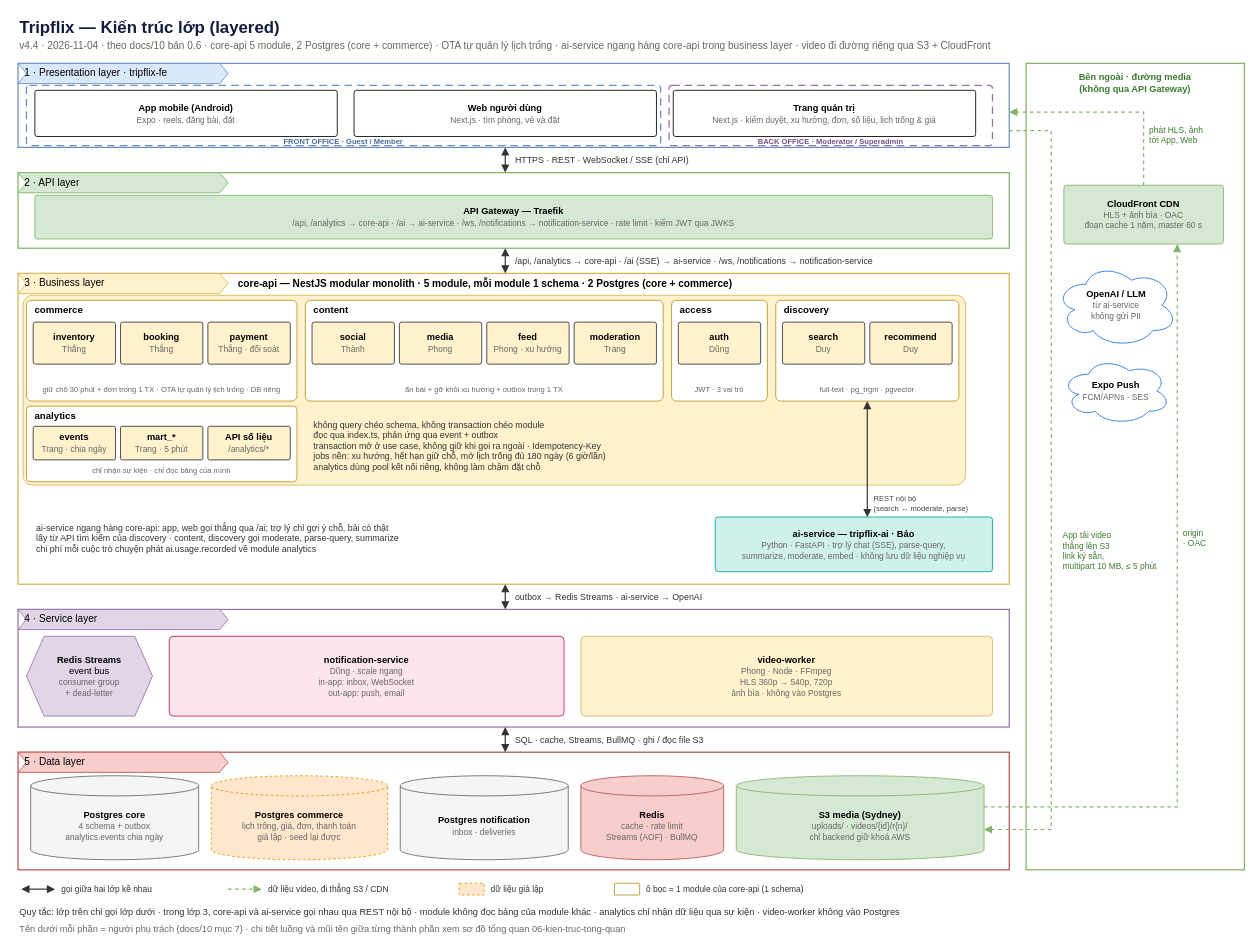
Earlier version of the draw.io diagram docs/architecture/06-kien-truc-lop.drawio (Sukemcute/tripflix-ai). Source tidied: cells renumbered, new cells numbered last; positions are measured from the earlier drawing's top-left corner, leaving out a move shared by most shapes. Both pictures are drawn from the tidied source at 84%, with x=0, y=0 at pixel (18, 14).
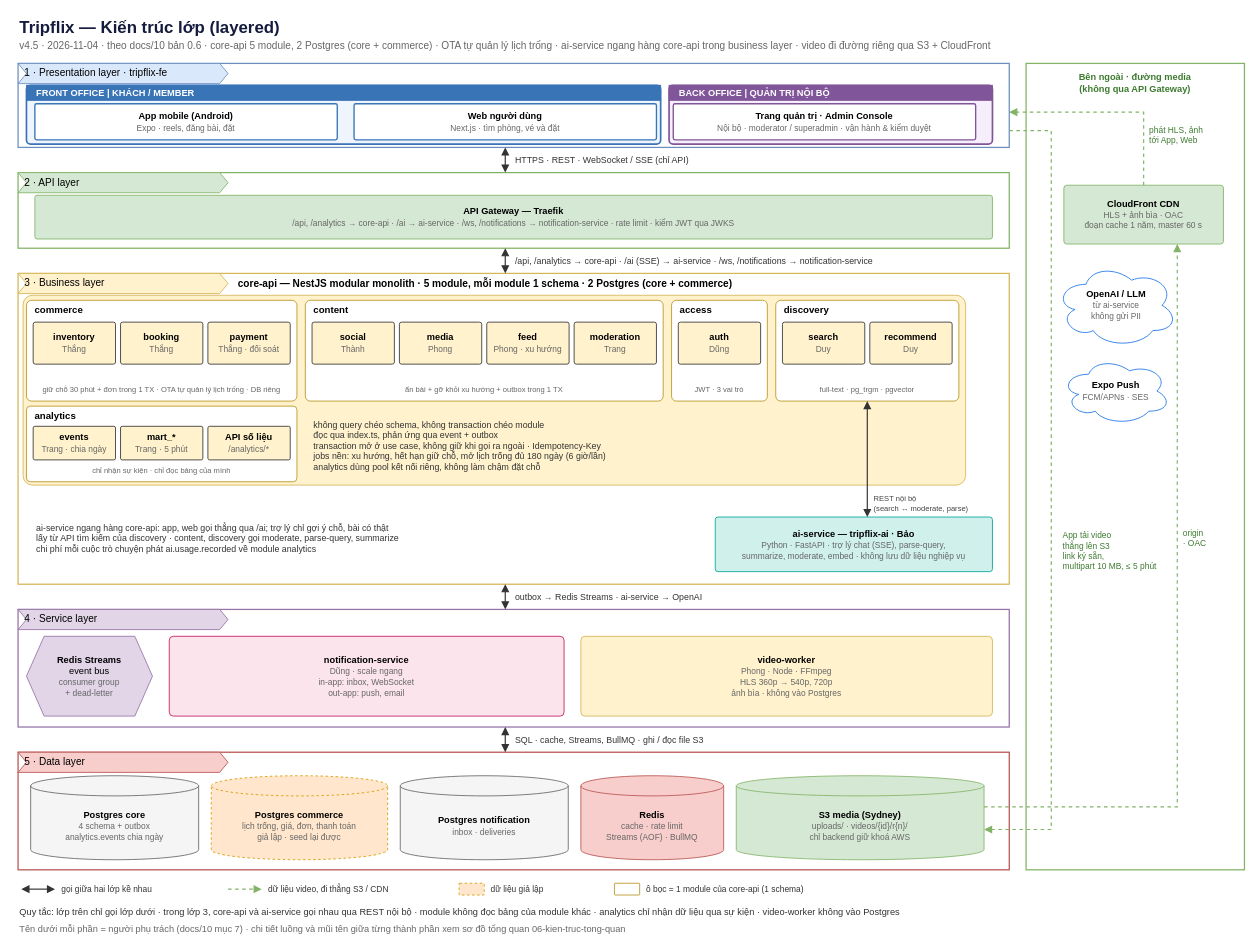
The same diagram, later.

Commit message (it also covers changes not shown here):
docs(repo): làm rõ Front Office và Back Office (TF57)

The edit, as a diff of the source:
```diff
@@
-    <mxCell id="3" value="v4.4 · 2026-11-04 · theo docs/10 bản 0.6 · core-api 5 module, 2 Postgres (core + commerce) · OTA tự quản lý lịch trống · ai-service ngang hàng core-api trong business layer · video đi đường riêng qua S3 + CloudFront" style="text;align=left;verticalAlign=middle;fontSize=12;fontColor=#666666;whiteSpace=wrap;html=1;fontFamily=Helvetica;" parent="1" vertex="1">
+    <mxCell id="3" value="v4.5 · 2026-11-04 · theo docs/10 bản 0.6 · core-api 5 module, 2 Postgres (core + commerce) · OTA tự quản lý lịch trống · ai-service ngang hàng core-api trong business layer · video đi đường riêng qua S3 + CloudFront" style="text;align=left;verticalAlign=middle;fontSize=12;fontColor=#666666;whiteSpace=wrap;html=1;fontFamily=Helvetica;" parent="1" vertex="1">
       <mxGeometry y="28" width="1460" height="18" as="geometry" />
     </mxCell>
@@
-    <mxCell id="6" style="rounded=1;arcSize=5;fillColor=none;strokeColor=#6c8ebf;strokeWidth=1.5;dashed=1;dashPattern=6 4;whiteSpace=wrap;html=1;" parent="1" vertex="1">
-      <mxGeometry x="10" y="84" width="755" height="72" as="geometry" />
-    </mxCell>
-    <mxCell id="7" value="&lt;b&gt;FRONT OFFICE&lt;/b&gt; · Guest / Member" style="text;align=center;verticalAlign=middle;fontSize=9;fontStyle=1;fontColor=#476c9c;whiteSpace=wrap;html=1;fontFamily=Helvetica;" parent="1" vertex="1">
-      <mxGeometry x="20" y="146" width="735" height="10" as="geometry" />
-    </mxCell>
+    <mxCell id="94" style="rounded=1;arcSize=7;fillColor=#eef5ff;strokeColor=#3974b7;strokeWidth=2;whiteSpace=wrap;html=1;" parent="1" vertex="1">
+      <mxGeometry x="10" y="84" width="755" height="70" as="geometry" />
+    </mxCell>
+    <mxCell id="95" style="rounded=1;arcSize=7;fillColor=#f6eefa;strokeColor=#815599;strokeWidth=2;whiteSpace=wrap;html=1;" parent="1" vertex="1">
+      <mxGeometry x="775" y="84" width="385" height="70" as="geometry" />
+    </mxCell>
+    <mxCell id="96" value="&lt;b&gt;FRONT OFFICE&lt;/b&gt;  |  KHÁCH / MEMBER" style="rounded=0;fillColor=#3974b7;strokeColor=#3974b7;strokeWidth=1;fontColor=#ffffff;fontSize=11;fontStyle=1;align=left;spacingLeft=10;verticalAlign=middle;whiteSpace=wrap;html=1;fontFamily=Helvetica;" parent="1" vertex="1">
+      <mxGeometry x="10" y="84" width="755" height="18" as="geometry" />
+    </mxCell>
+    <mxCell id="97" value="&lt;b&gt;BACK OFFICE&lt;/b&gt;  |  QUẢN TRỊ NỘI BỘ" style="rounded=0;fillColor=#815599;strokeColor=#815599;strokeWidth=1;fontColor=#ffffff;fontSize=11;fontStyle=1;align=left;spacingLeft=10;verticalAlign=middle;whiteSpace=wrap;html=1;fontFamily=Helvetica;" parent="1" vertex="1">
+      <mxGeometry x="775" y="84" width="385" height="18" as="geometry" />
+    </mxCell>
-    <mxCell id="8" value="&lt;b&gt;App mobile (Android)&lt;/b&gt;&lt;br&gt;&lt;font style=&quot;font-size:10px&quot; color=&quot;#666666&quot;&gt;Expo · reels, đăng bài, đặt&lt;/font&gt;" style="rounded=1;arcSize=5;fillColor=#ffffff;strokeColor=#000000;fontSize=11;whiteSpace=wrap;html=1;fontFamily=Helvetica;" parent="1" vertex="1">
-      <mxGeometry x="20" y="90" width="360" height="55" as="geometry" />
+    <mxCell id="8" value="&lt;b&gt;App mobile (Android)&lt;/b&gt;&lt;br&gt;&lt;font style=&quot;font-size:10px&quot; color=&quot;#666666&quot;&gt;Expo · reels, đăng bài, đặt&lt;/font&gt;" style="rounded=1;arcSize=5;fillColor=#ffffff;strokeColor=#3974b7;strokeWidth=1.6;fontSize=11;whiteSpace=wrap;html=1;fontFamily=Helvetica;" parent="1" vertex="1">
+      <mxGeometry x="20" y="106" width="360" height="43" as="geometry" />
     </mxCell>
-    <mxCell id="9" value="&lt;b&gt;Web người dùng&lt;/b&gt;&lt;br&gt;&lt;font style=&quot;font-size:10px&quot; color=&quot;#666666&quot;&gt;Next.js · tìm phòng, vé và đặt&lt;/font&gt;" style="rounded=1;arcSize=5;fillColor=#ffffff;strokeColor=#000000;fontSize=11;whiteSpace=wrap;html=1;fontFamily=Helvetica;" parent="1" vertex="1">
-      <mxGeometry x="400" y="90" width="360" height="55" as="geometry" />
+    <mxCell id="9" value="&lt;b&gt;Web người dùng&lt;/b&gt;&lt;br&gt;&lt;font style=&quot;font-size:10px&quot; color=&quot;#666666&quot;&gt;Next.js · tìm phòng, vé và đặt&lt;/font&gt;" style="rounded=1;arcSize=5;fillColor=#ffffff;strokeColor=#3974b7;strokeWidth=1.6;fontSize=11;whiteSpace=wrap;html=1;fontFamily=Helvetica;" parent="1" vertex="1">
+      <mxGeometry x="400" y="106" width="360" height="43" as="geometry" />
     </mxCell>
-    <mxCell id="10" value="&lt;b&gt;Trang quản trị&lt;/b&gt;&lt;br&gt;&lt;font style=&quot;font-size:10px&quot; color=&quot;#666666&quot;&gt;Next.js · kiểm duyệt, xu hướng, đơn, số liệu, lịch trống &amp;amp; giá&lt;/font&gt;" style="rounded=1;arcSize=5;fillColor=#ffffff;strokeColor=#000000;fontSize=11;whiteSpace=wrap;html=1;fontFamily=Helvetica;" parent="1" vertex="1">
-      <mxGeometry x="780" y="90" width="360" height="55" as="geometry" />
+    <mxCell id="10" value="&lt;b&gt;Trang quản trị · Admin Console&lt;/b&gt;&lt;br&gt;&lt;font style=&quot;font-size:10px&quot; color=&quot;#666666&quot;&gt;Nội bộ · moderator / superadmin · vận hành &amp;amp; kiểm duyệt&lt;/font&gt;" style="rounded=1;arcSize=5;fillColor=#ffffff;strokeColor=#815599;strokeWidth=1.6;fontSize=11;whiteSpace=wrap;html=1;fontFamily=Helvetica;" parent="1" vertex="1">
+      <mxGeometry x="780" y="106" width="360" height="43" as="geometry" />
     </mxCell>
-    <mxCell id="11" style="rounded=1;arcSize=5;fillColor=none;strokeColor=#9673a6;strokeWidth=1.5;dashed=1;dashPattern=6 4;whiteSpace=wrap;html=1;" parent="1" vertex="1">
-      <mxGeometry x="775" y="84" width="385" height="72" as="geometry" />
-    </mxCell>
-    <mxCell id="12" value="&lt;b&gt;BACK OFFICE&lt;/b&gt; · Moderator / Superadmin" style="text;align=center;verticalAlign=middle;fontSize=9;fontStyle=1;fontColor=#765087;whiteSpace=wrap;html=1;fontFamily=Helvetica;" parent="1" vertex="1">
-      <mxGeometry x="785" y="146" width="365" height="10" as="geometry" />
-    </mxCell>
```
